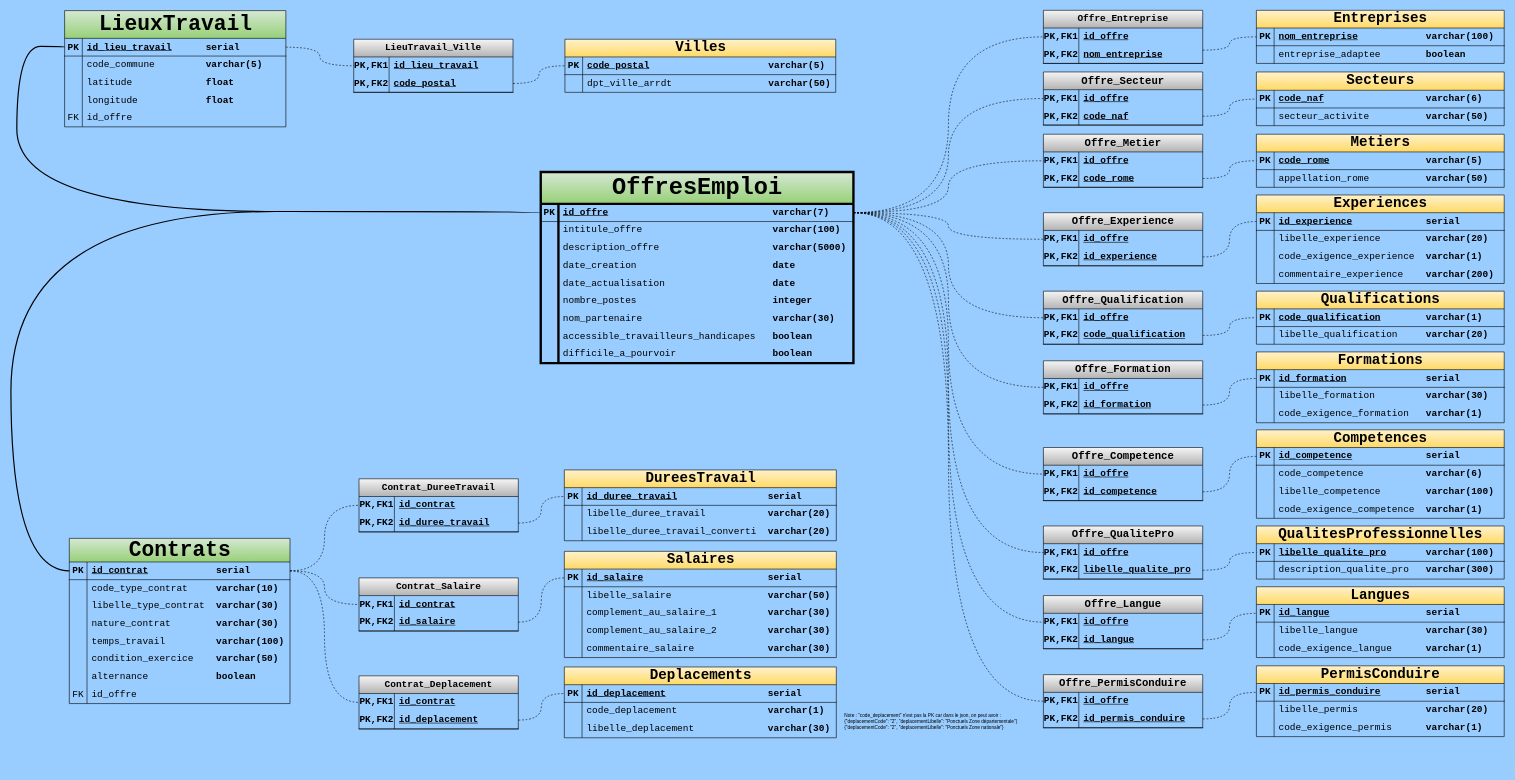
The draw.io diagram load_sql/France_Travail/UML_francetravail_v2_plus_tables_de_transition.drawio in vimchun/Job-Market-in-France, before the edit. Source tidied: cells renumbered, new cells numbered last; positions are measured from the earlier drawing's top-left corner, leaving out a move shared by most shapes. Both pictures are drawn from the tidied source at 59%, with x=0, y=0 at pixel (11, 10).
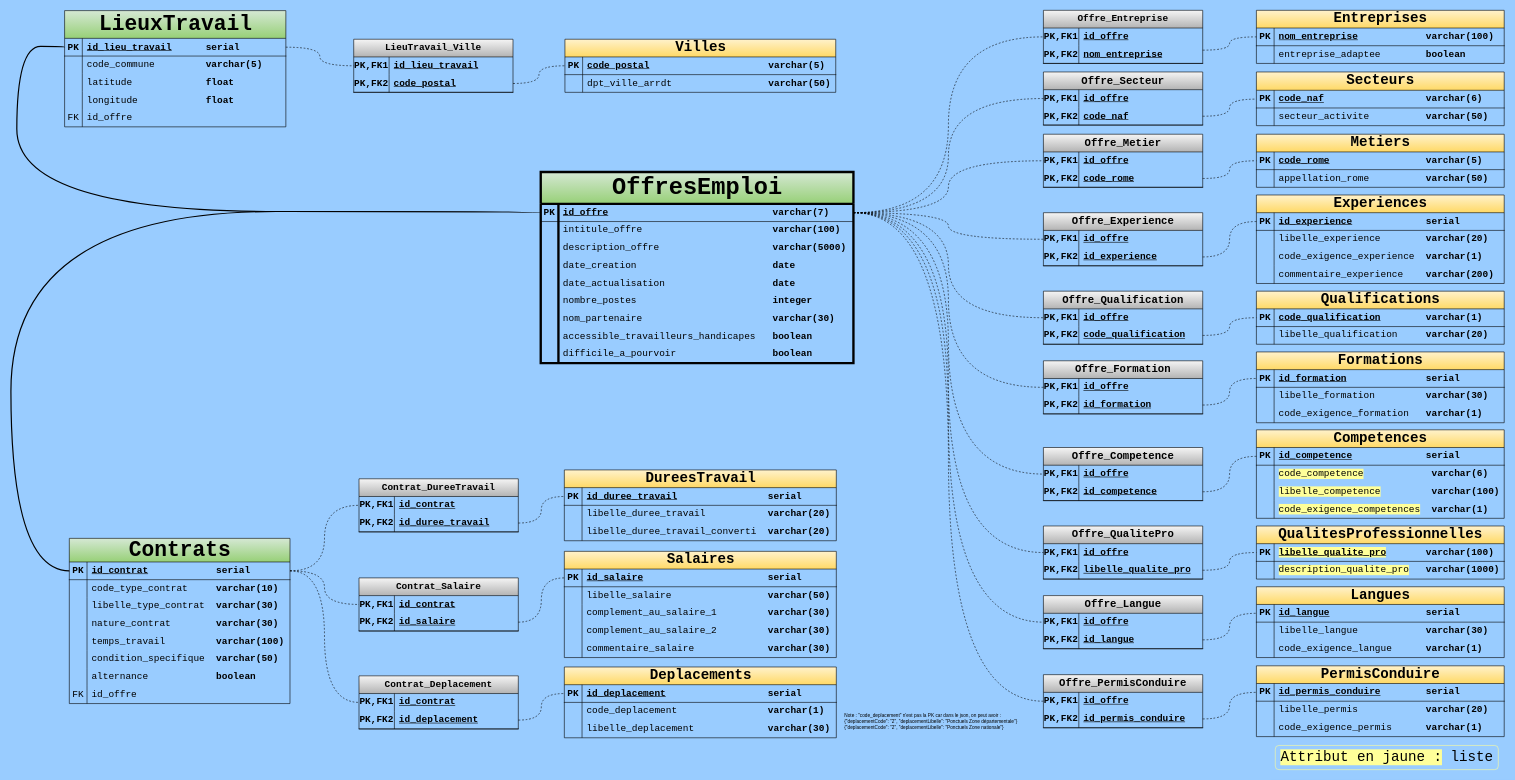
Above is the later version.

Commit message (it also covers changes not shown here):
suite (1) de la mise à jour du script python pour insert into tables

Unchanged cells that the change refers to:
```xml
<mxCell id="60" style="shape=tableRow;horizontal=0;startSize=0;swimlaneHead=0;swimlaneBody=0;fillColor=none;top=0;left=0;right=0;bottom=0;rounded=0;fontFamily=Courier New;fontSize=16;strokeColor=#000000;" parent="44" vertex="1">
  <mxGeometry y="190" width="374" height="30" as="geometry" />
</mxCell>
<mxCell id="149" style="shape=tableRow;horizontal=0;startSize=0;swimlaneHead=0;swimlaneBody=0;fillColor=none;top=0;left=0;right=0;bottom=0;rounded=0;fontFamily=Courier New;fontSize=16;strokeColor=#000000;" parent="145" vertex="1">
  <mxGeometry y="60" width="420" height="30" as="geometry" />
</mxCell>
<mxCell id="152" style="shape=tableRow;horizontal=0;startSize=0;swimlaneHead=0;swimlaneBody=0;fillColor=none;top=0;left=0;right=0;bottom=0;rounded=0;fontFamily=Courier New;fontSize=16;strokeColor=#000000;" parent="145" vertex="1">
  <mxGeometry y="90" width="420" height="30" as="geometry" />
</mxCell>
<mxCell id="155" style="shape=tableRow;horizontal=0;startSize=0;swimlaneHead=0;swimlaneBody=0;fillColor=none;top=0;left=0;right=0;bottom=0;rounded=0;fontFamily=Courier New;fontSize=16;strokeColor=#000000;" parent="145" vertex="1">
  <mxGeometry y="120" width="420" height="30" as="geometry" />
</mxCell>
<mxCell id="227" style="shape=tableRow;horizontal=0;startSize=0;swimlaneHead=0;swimlaneBody=0;fillColor=none;points=[[0,0.5],[1,0.5]];portConstraint=eastwest;top=0;left=0;right=0;bottom=1;rounded=0;fontFamily=Courier New;fontSize=16;strokeColor=#000000;" parent="226" vertex="1">
  <mxGeometry y="30" width="420" height="30" as="geometry" />
</mxCell>
<mxCell id="230" style="shape=tableRow;horizontal=0;startSize=0;swimlaneHead=0;swimlaneBody=0;fillColor=none;top=0;left=0;right=0;bottom=0;rounded=0;fontFamily=Courier New;fontSize=16;strokeColor=#000000;" parent="226" vertex="1">
  <mxGeometry y="60" width="420" height="30" as="geometry" />
</mxCell>
```

What changed in the source:
```diff
@@
-    <mxCell id="62" value="condition_exercice&amp;nbsp; &amp;nbsp;&amp;nbsp;&lt;b&gt;varchar(50)&lt;/b&gt;" style="shape=partialRectangle;fillColor=none;top=0;left=0;bottom=0;right=0;align=left;spacingLeft=6;overflow=hidden;whiteSpace=wrap;html=1;rounded=0;fontFamily=Courier New;fontSize=16;strokeColor=#000000;" parent="60" vertex="1">
+    <mxCell id="62" value="condition_specifique&amp;nbsp;&amp;nbsp;&lt;b&gt;varchar(50)&lt;/b&gt;" style="shape=partialRectangle;fillColor=none;top=0;left=0;bottom=0;right=0;align=left;spacingLeft=6;overflow=hidden;whiteSpace=wrap;html=1;rounded=0;fontFamily=Courier New;fontSize=16;strokeColor=#000000;" parent="60" vertex="1">
       <mxGeometry x="30" width="344" height="30" as="geometry" />
     </mxCell>
@@
-    <mxCell id="151" value="&lt;span style=&quot;background-color: transparent;&quot;&gt;code_competence&amp;nbsp; &amp;nbsp; &amp;nbsp; &amp;nbsp; &amp;nbsp; &amp;nbsp;&lt;/span&gt;&lt;b&gt;varchar(6&lt;/b&gt;&lt;b style=&quot;background-color: transparent; color: light-dark(rgb(0, 0, 0), rgb(255, 255, 255));&quot;&gt;)&lt;/b&gt;" style="shape=partialRectangle;fillColor=none;top=0;left=0;bottom=0;right=0;align=left;spacingLeft=6;overflow=hidden;whiteSpace=wrap;html=1;rounded=0;fontFamily=Courier New;fontSize=16;strokeColor=#000000;" parent="149" vertex="1">
+    <mxCell id="151" value="&lt;font style=&quot;background-color: rgb(255, 255, 153); color: light-dark(rgb(0, 0, 0), rgb(237, 237, 237));&quot;&gt;code_competence&lt;/font&gt;&amp;nbsp; &amp;nbsp; &amp;nbsp; &amp;nbsp; &amp;nbsp; &amp;nbsp;&amp;nbsp;&lt;b&gt;varchar(6&lt;/b&gt;&lt;b style=&quot;background-color: transparent; color: light-dark(rgb(0, 0, 0), rgb(255, 255, 255));&quot;&gt;)&lt;/b&gt;" style="shape=partialRectangle;fillColor=none;top=0;left=0;bottom=0;right=0;align=left;spacingLeft=6;overflow=hidden;whiteSpace=wrap;html=1;rounded=0;fontFamily=Courier New;fontSize=16;strokeColor=#000000;" parent="149" vertex="1">
       <mxGeometry x="30" width="390" height="30" as="geometry" />
     </mxCell>
@@
-    <mxCell id="154" value="&lt;span style=&quot;background-color: transparent;&quot;&gt;libelle_competence&amp;nbsp; &amp;nbsp; &amp;nbsp; &amp;nbsp; &lt;/span&gt;&lt;b&gt;varchar(100&lt;/b&gt;&lt;b style=&quot;background-color: transparent; color: light-dark(rgb(0, 0, 0), rgb(255, 255, 255));&quot;&gt;)&lt;/b&gt;" style="shape=partialRectangle;fillColor=none;top=0;left=0;bottom=0;right=0;align=left;spacingLeft=6;overflow=hidden;whiteSpace=wrap;html=1;rounded=0;fontFamily=Courier New;fontSize=16;strokeColor=#000000;" parent="152" vertex="1">
+    <mxCell id="154" value="&lt;span style=&quot;background-color: rgb(255, 255, 153);&quot;&gt;libelle_competence&lt;/span&gt;&lt;span style=&quot;background-color: transparent;&quot;&gt;&amp;nbsp; &amp;nbsp; &amp;nbsp; &amp;nbsp; &amp;nbsp;&lt;/span&gt;&lt;b&gt;varchar(100&lt;/b&gt;&lt;b style=&quot;background-color: transparent; color: light-dark(rgb(0, 0, 0), rgb(255, 255, 255));&quot;&gt;)&lt;/b&gt;" style="shape=partialRectangle;fillColor=none;top=0;left=0;bottom=0;right=0;align=left;spacingLeft=6;overflow=hidden;whiteSpace=wrap;html=1;rounded=0;fontFamily=Courier New;fontSize=16;strokeColor=#000000;" parent="152" vertex="1">
       <mxGeometry x="30" width="390" height="30" as="geometry" />
     </mxCell>
@@
-    <mxCell id="157" value="code_exigence_competence&amp;nbsp; &lt;b&gt;varchar(1)&lt;/b&gt;" style="shape=partialRectangle;fillColor=none;top=0;left=0;bottom=0;right=0;align=left;spacingLeft=6;overflow=hidden;whiteSpace=wrap;html=1;rounded=0;fontFamily=Courier New;fontSize=16;strokeColor=#000000;" parent="155" vertex="1">
+    <mxCell id="157" value="&lt;span style=&quot;background-color: rgb(255, 255, 153);&quot;&gt;code_exigence_competences&lt;/span&gt;&amp;nbsp;&amp;nbsp;&lt;b&gt;varchar(1)&lt;/b&gt;" style="shape=partialRectangle;fillColor=none;top=0;left=0;bottom=0;right=0;align=left;spacingLeft=6;overflow=hidden;whiteSpace=wrap;html=1;rounded=0;fontFamily=Courier New;fontSize=16;strokeColor=#000000;" parent="155" vertex="1">
       <mxGeometry x="30" width="390" height="30" as="geometry" />
     </mxCell>
@@
-    <mxCell id="229" value="&lt;u&gt;libelle_qualite_pro&lt;/u&gt;&amp;nbsp; &amp;nbsp; &amp;nbsp; &amp;nbsp;&lt;b&gt;varchar(100)&lt;/b&gt;" style="shape=partialRectangle;fillColor=none;top=0;left=0;bottom=0;right=0;align=left;spacingLeft=6;fontStyle=1;overflow=hidden;whiteSpace=wrap;html=1;rounded=0;fontFamily=Courier New;fontSize=16;strokeColor=#000000;" parent="227" vertex="1">
+    <mxCell id="229" value="&lt;u style=&quot;background-color: rgb(255, 255, 153);&quot;&gt;libelle_qualite_pro&lt;/u&gt;&amp;nbsp; &amp;nbsp; &amp;nbsp; &amp;nbsp;&lt;b&gt;varchar(100)&lt;/b&gt;" style="shape=partialRectangle;fillColor=none;top=0;left=0;bottom=0;right=0;align=left;spacingLeft=6;fontStyle=1;overflow=hidden;whiteSpace=wrap;html=1;rounded=0;fontFamily=Courier New;fontSize=16;strokeColor=#000000;" parent="227" vertex="1">
       <mxGeometry x="30" width="390" height="30" as="geometry" />
     </mxCell>
@@
-    <mxCell id="232" value="description_qualite_pro&amp;nbsp; &amp;nbsp;&lt;b&gt;varchar(300)&lt;/b&gt;" style="shape=partialRectangle;fillColor=none;top=0;left=0;bottom=0;right=0;align=left;spacingLeft=6;overflow=hidden;whiteSpace=wrap;html=1;rounded=0;fontFamily=Courier New;fontSize=16;strokeColor=#000000;" parent="230" vertex="1">
+    <mxCell id="232" value="&lt;span style=&quot;background-color: rgb(255, 255, 153);&quot;&gt;description_qualite_pro&lt;/span&gt;&amp;nbsp; &amp;nbsp;&lt;b&gt;varchar(1000)&lt;/b&gt;" style="shape=partialRectangle;fillColor=none;top=0;left=0;bottom=0;right=0;align=left;spacingLeft=6;overflow=hidden;whiteSpace=wrap;html=1;rounded=0;fontFamily=Courier New;fontSize=16;strokeColor=#000000;" parent="230" vertex="1">
       <mxGeometry x="30" width="390" height="30" as="geometry" />
     </mxCell>
@@
+    <mxCell id="335" value="&lt;span style=&quot;background-color: rgb(255, 255, 153);&quot;&gt;Attribut en jaune :&lt;/span&gt; liste" style="text;html=1;align=center;verticalAlign=middle;strokeColor=#FFFF99;fillColor=none;fontSize=24;fontFamily=Courier New;rounded=1;glass=0;shadow=0;" parent="1" vertex="1">
+      <mxGeometry x="2143" y="1246" width="378" height="41" as="geometry" />
+    </mxCell>
```
